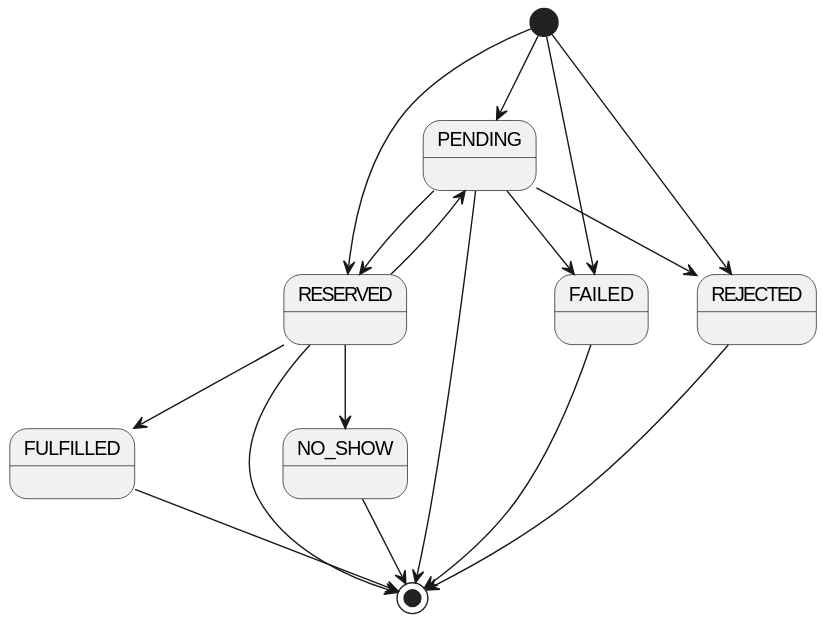
Before: images/booking_a_booking-location_lyfesycle.svg, a diagram exported from PlantUML (ocpi/ocpi).
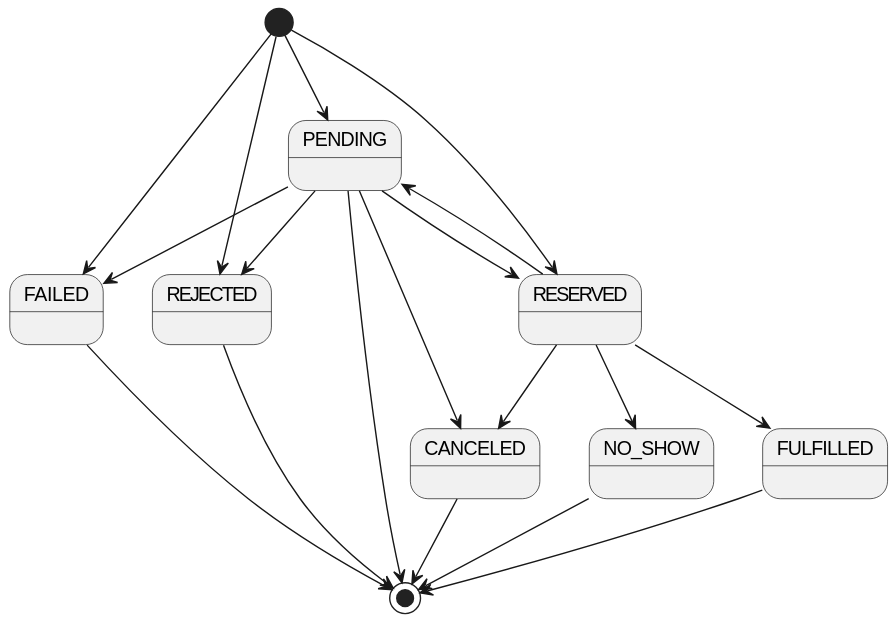
Above is the later version.

The edit, as a diff of the source:
```diff
@@ -7,15 +7,17 @@
 RESERVED --> NO_SHOW
 RESERVED --> FULFILLED
 RESERVED --> PENDING
+RESERVED --> CANCELED
 
 PENDING --> RESERVED
 PENDING --> FAILED
 PENDING --> REJECTED
+PENDING --> CANCELED
 
 PENDING --> [*]
 NO_SHOW --> [*]
 FULFILLED --> [*]
-RESERVED -->  [*]
 FAILED -->  [*]
 REJECTED -->  [*]
+CANCELED -->  [*]
 @enduml
```
